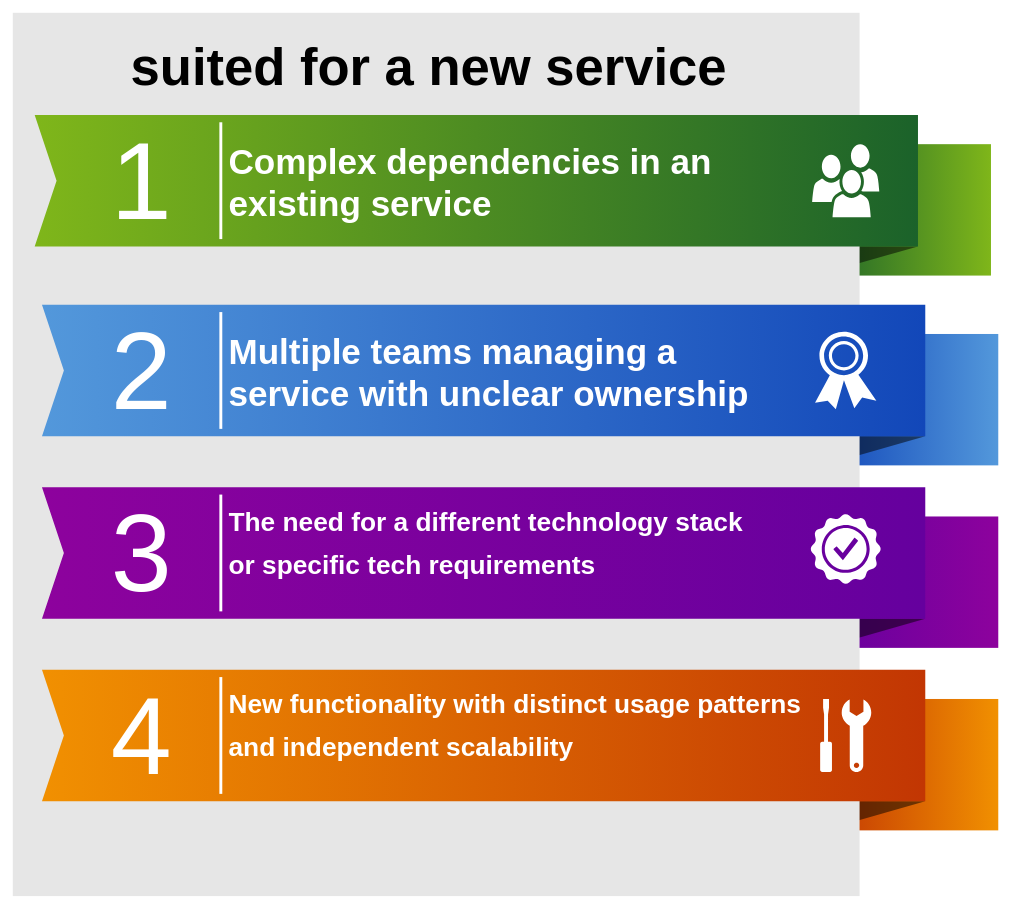
Before: Diagrams/MicroserviceDilemma-ExistingService.drawio in MajeQafouri/MyTechniecalArticlesDiagrams, a draw.io diagram. Source tidied: cells renumbered, new cells numbered last; positions are measured from the earlier drawing's top-left corner, leaving out a move shared by most shapes. Both pictures are drawn from the tidied source at 73%, with x=0, y=0 at pixel (12, 12).
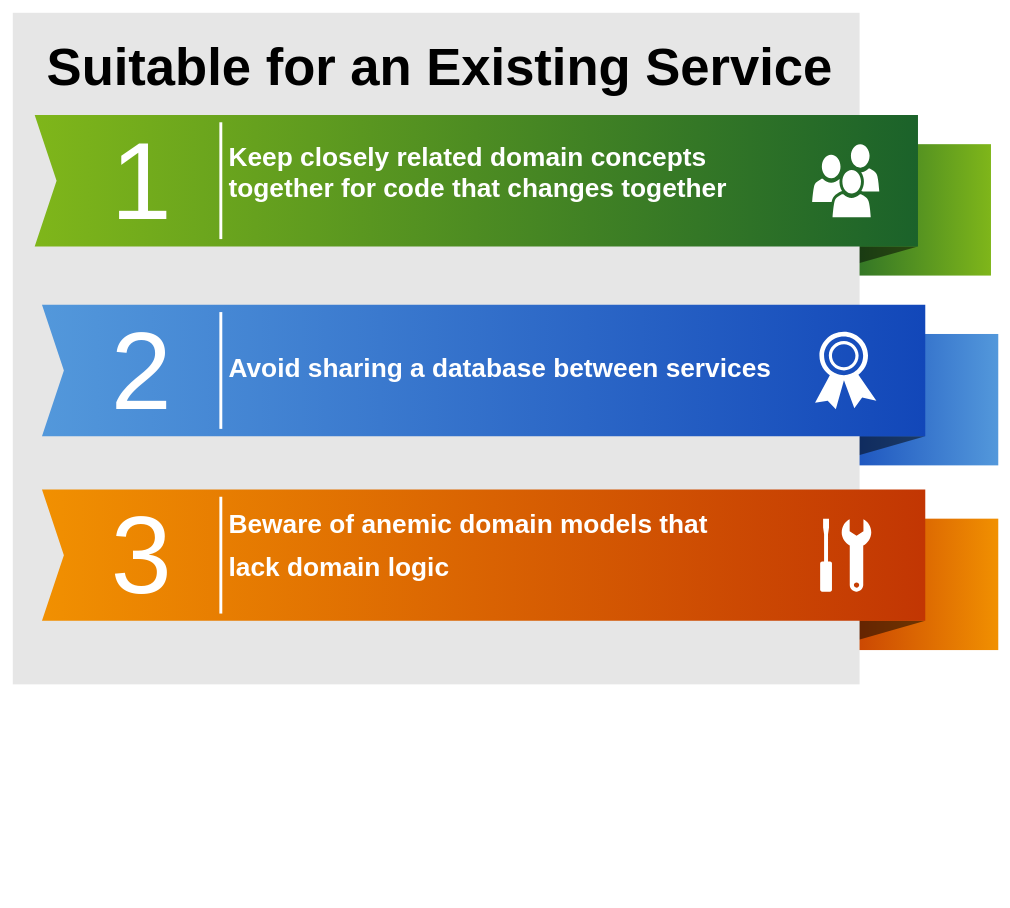
The same diagram, later.

Commit message:
MicroserviceDilemma-ExistingService2

What changed in the source:
```diff
@@
-    <mxCell id="6" style="whiteSpace=wrap;html=1;rounded=0;shadow=0;dashed=0;strokeWidth=1;fontFamily=Tahoma;fontSize=10;fontColor=#FFFFFF;strokeColor=none;fillColor=#8D029D;gradientColor=#65009E;gradientDirection=west;" parent="1" vertex="1">
-      <mxGeometry x="1110" y="690" width="240" height="180" as="geometry" />
-    </mxCell>
-    <mxCell id="7" style="verticalLabelPosition=bottom;verticalAlign=top;html=1;strokeWidth=1;shape=mxgraph.basic.orthogonal_triangle;rounded=0;shadow=0;dashed=0;fontFamily=Tahoma;fontSize=10;fontColor=#FFFFFF;flipV=1;fillColor=#000000;strokeColor=none;opacity=50;" parent="1" vertex="1">
-      <mxGeometry x="1110" y="830" width="140" height="40" as="geometry" />
-    </mxCell>
     <mxCell id="8" style="whiteSpace=wrap;html=1;rounded=0;shadow=0;dashed=0;strokeWidth=1;fontFamily=Tahoma;fontSize=10;fontColor=#FFFFFF;strokeColor=none;fillColor=#F19001;gradientColor=#C23603;gradientDirection=west;" parent="1" vertex="1">
-      <mxGeometry x="1110" y="940" width="240" height="180" as="geometry" />
+      <mxGeometry x="1110" y="693" width="240" height="180" as="geometry" />
     </mxCell>
     <mxCell id="9" style="verticalLabelPosition=bottom;verticalAlign=top;html=1;strokeWidth=1;shape=mxgraph.basic.orthogonal_triangle;rounded=0;shadow=0;dashed=0;fontFamily=Tahoma;fontSize=10;fontColor=#FFFFFF;flipV=1;fillColor=#000000;strokeColor=none;opacity=50;" parent="1" vertex="1">
-      <mxGeometry x="1110" y="1080" width="140" height="40" as="geometry" />
+      <mxGeometry x="1110" y="833" width="140" height="40" as="geometry" />
     </mxCell>
     <mxCell id="10" style="whiteSpace=wrap;html=1;rounded=0;shadow=0;dashed=0;strokeWidth=1;fillColor=#E6E6E6;fontFamily=Verdana;fontSize=70;strokeColor=none;verticalAlign=top;spacingTop=10;" parent="1" vertex="1">
-      <mxGeometry width="1160" height="1210" as="geometry" />
+      <mxGeometry width="1160" height="920" as="geometry" />
     </mxCell>
@@
-    <mxCell id="13" style="html=1;shadow=0;dashed=0;align=center;verticalAlign=middle;shape=mxgraph.arrows2.arrow;dy=0;dx=0;notch=30;rounded=0;strokeColor=none;strokeWidth=1;fillColor=#8D029D;fontFamily=Tahoma;fontSize=10;fontColor=#FFFFFF;gradientColor=#65009E;gradientDirection=east;" parent="1" vertex="1">
-      <mxGeometry x="40" y="650" width="1210" height="180" as="geometry" />
-    </mxCell>
     <mxCell id="14" style="html=1;shadow=0;dashed=0;align=center;verticalAlign=middle;shape=mxgraph.arrows2.arrow;dy=0;dx=0;notch=30;rounded=0;strokeColor=none;strokeWidth=1;fillColor=#F19001;fontFamily=Tahoma;fontSize=10;fontColor=#FFFFFF;gradientColor=#C23603;gradientDirection=east;" parent="1" vertex="1">
-      <mxGeometry x="40" y="900" width="1210" height="180" as="geometry" />
+      <mxGeometry x="40" y="653" width="1210" height="180" as="geometry" />
     </mxCell>
@@
-    <mxCell id="17" value="3" style="text;html=1;strokeColor=none;fillColor=none;align=right;verticalAlign=middle;whiteSpace=wrap;rounded=0;shadow=0;dashed=0;fontFamily=Helvetica;fontSize=150;fontColor=#FFFFFF;" parent="1" vertex="1">
-      <mxGeometry x="70" y="650" width="150" height="180" as="geometry" />
-    </mxCell>
-    <mxCell id="18" value="4" style="text;html=1;strokeColor=none;fillColor=none;align=right;verticalAlign=middle;whiteSpace=wrap;rounded=0;shadow=0;dashed=0;fontFamily=Helvetica;fontSize=150;fontColor=#FFFFFF;" parent="1" vertex="1">
-      <mxGeometry x="70" y="900" width="150" height="180" as="geometry" />
+    <mxCell id="18" value="3" style="text;html=1;strokeColor=none;fillColor=none;align=right;verticalAlign=middle;whiteSpace=wrap;rounded=0;shadow=0;dashed=0;fontFamily=Helvetica;fontSize=150;fontColor=#FFFFFF;" parent="1" vertex="1">
+      <mxGeometry x="70" y="653" width="150" height="180" as="geometry" />
     </mxCell>
@@
-    <mxCell id="21" style="line;strokeWidth=4;direction=south;html=1;rounded=0;shadow=0;dashed=0;fillColor=none;gradientColor=#AD0002;fontFamily=Helvetica;fontSize=150;fontColor=#FFFFFF;align=right;strokeColor=#FFFFFF;" parent="1" vertex="1">
-      <mxGeometry x="280" y="660" width="10" height="160" as="geometry" />
-    </mxCell>
     <mxCell id="22" style="line;strokeWidth=4;direction=south;html=1;rounded=0;shadow=0;dashed=0;fillColor=none;gradientColor=#AD0002;fontFamily=Helvetica;fontSize=150;fontColor=#FFFFFF;align=right;strokeColor=#FFFFFF;" parent="1" vertex="1">
-      <mxGeometry x="280" y="910" width="10" height="160" as="geometry" />
+      <mxGeometry x="280" y="663" width="10" height="160" as="geometry" />
     </mxCell>
-    <mxCell id="23" value="&lt;h1&gt;&lt;font style=&quot;font-size: 48px;&quot;&gt;Complex dependencies in an existing service&lt;/font&gt;&lt;br&gt;&lt;/h1&gt;" style="text;html=1;strokeColor=none;fillColor=none;spacing=5;spacingTop=-20;whiteSpace=wrap;overflow=hidden;rounded=0;shadow=0;dashed=0;fontFamily=Helvetica;fontSize=12;fontColor=#FFFFFF;align=left;" parent="1" vertex="1">
+    <mxCell id="23" value="&lt;h1&gt;&lt;div&gt;&lt;font style=&quot;font-size: 36px;&quot;&gt;Keep closely related domain concepts together for code that changes together&lt;/font&gt;&lt;br&gt;&lt;/div&gt;&lt;/h1&gt;" style="text;html=1;strokeColor=none;fillColor=none;spacing=5;spacingTop=-20;whiteSpace=wrap;overflow=hidden;rounded=0;shadow=0;dashed=0;fontFamily=Helvetica;fontSize=12;fontColor=#FFFFFF;align=left;" parent="1" vertex="1">
       <mxGeometry x="291" y="170" width="789" height="130" as="geometry" />
     </mxCell>
-    <mxCell id="24" value="&lt;h1&gt;&lt;font style=&quot;font-size: 48px;&quot;&gt;Multiple teams managing a service with unclear ownership&lt;/font&gt;&lt;br&gt;&lt;/h1&gt;" style="text;html=1;strokeColor=none;fillColor=none;spacing=5;spacingTop=-20;whiteSpace=wrap;overflow=hidden;rounded=0;shadow=0;dashed=0;fontFamily=Helvetica;fontSize=12;fontColor=#FFFFFF;align=left;" parent="1" vertex="1">
-      <mxGeometry x="291" y="430" width="799" height="130" as="geometry" />
+    <mxCell id="24" value="&lt;h1&gt;&lt;font style=&quot;font-size: 36px;&quot;&gt;Avoid sharing a database between services&amp;nbsp;&lt;/font&gt;&lt;/h1&gt;" style="text;html=1;strokeColor=none;fillColor=none;spacing=5;spacingTop=-20;whiteSpace=wrap;overflow=hidden;rounded=0;shadow=0;dashed=0;fontFamily=Helvetica;fontSize=12;fontColor=#FFFFFF;align=left;" parent="1" vertex="1">
+      <mxGeometry x="291" y="460" width="799" height="100" as="geometry" />
     </mxCell>
-    <mxCell id="25" value="&lt;h1&gt;&lt;font style=&quot;font-size: 36px;&quot;&gt;The need for a different technology stack&amp;nbsp;&lt;/font&gt;&lt;/h1&gt;&lt;h1&gt;&lt;font style=&quot;font-size: 36px;&quot;&gt;or specific tech requirements&lt;/font&gt;&lt;br&gt;&lt;/h1&gt;" style="text;html=1;strokeColor=none;fillColor=none;spacing=5;spacingTop=-20;whiteSpace=wrap;overflow=hidden;rounded=0;shadow=0;dashed=0;fontFamily=Helvetica;fontSize=12;fontColor=#FFFFFF;align=left;" parent="1" vertex="1">
-      <mxGeometry x="291" y="670" width="799" height="140" as="geometry" />
-    </mxCell>
-    <mxCell id="26" value="&lt;h1&gt;&lt;font style=&quot;font-size: 36px;&quot;&gt;New functionality with distinct usage patterns&amp;nbsp;&lt;/font&gt;&lt;/h1&gt;&lt;h1&gt;&lt;font style=&quot;font-size: 36px;&quot;&gt;and independent scalability&lt;/font&gt;&lt;br&gt;&lt;/h1&gt;" style="text;html=1;strokeColor=none;fillColor=none;spacing=5;spacingTop=-20;whiteSpace=wrap;overflow=hidden;rounded=0;shadow=0;dashed=0;fontFamily=Helvetica;fontSize=12;fontColor=#FFFFFF;align=left;" parent="1" vertex="1">
-      <mxGeometry x="291" y="920" width="809" height="140" as="geometry" />
+    <mxCell id="26" value="&lt;h1 style=&quot;border-color: var(--border-color);&quot;&gt;&lt;font style=&quot;border-color: var(--border-color); font-size: 36px;&quot;&gt;Beware of anemic domain models that&amp;nbsp;&lt;/font&gt;&lt;/h1&gt;&lt;h1 style=&quot;border-color: var(--border-color);&quot;&gt;&lt;font style=&quot;border-color: var(--border-color); font-size: 36px;&quot;&gt;lack domain logic&lt;/font&gt;&lt;/h1&gt;" style="text;html=1;strokeColor=none;fillColor=none;spacing=5;spacingTop=-20;whiteSpace=wrap;overflow=hidden;rounded=0;shadow=0;dashed=0;fontFamily=Helvetica;fontSize=12;fontColor=#FFFFFF;align=left;" parent="1" vertex="1">
+      <mxGeometry x="291" y="673" width="809" height="140" as="geometry" />
     </mxCell>
@@
-    <mxCell id="29" style="shadow=0;dashed=0;html=1;strokeColor=none;fillColor=#FFFFFF;labelPosition=center;verticalLabelPosition=bottom;verticalAlign=top;shape=mxgraph.office.concepts.best_practices;rounded=0;fontFamily=Helvetica;fontSize=12;fontColor=#FFFFFF;align=left;" parent="1" vertex="1">
-      <mxGeometry x="1092.5" y="686" width="97" height="97" as="geometry" />
-    </mxCell>
     <mxCell id="30" style="shadow=0;dashed=0;html=1;strokeColor=none;fillColor=#FFFFFF;labelPosition=center;verticalLabelPosition=bottom;verticalAlign=top;shape=mxgraph.office.concepts.maintenance;rounded=0;fontFamily=Helvetica;fontSize=12;fontColor=#FFFFFF;align=left;" parent="1" vertex="1">
-      <mxGeometry x="1106" y="940" width="70" height="100" as="geometry" />
+      <mxGeometry x="1106" y="693" width="70" height="100" as="geometry" />
     </mxCell>
-    <mxCell id="31" value="&lt;p class=&quot;graf graf--p&quot;&gt;&lt;strong class=&quot;markup--strong markup--p-strong&quot;&gt;&lt;font style=&quot;font-size: 72px;&quot;&gt;suited for a new service&lt;/font&gt;&lt;/strong&gt;&lt;/p&gt;" style="text;html=1;strokeColor=none;fillColor=none;align=center;verticalAlign=middle;whiteSpace=wrap;rounded=0;" parent="1" vertex="1">
-      <mxGeometry x="80" y="40" width="980" height="70" as="geometry" />
+    <mxCell id="31" value="&lt;p class=&quot;graf graf--p&quot;&gt;&lt;strong class=&quot;markup--strong markup--p-strong&quot;&gt;&lt;font style=&quot;font-size: 72px;&quot;&gt;Suitable for an Existing Service&lt;/font&gt;&lt;/strong&gt;&lt;/p&gt;" style="text;html=1;strokeColor=none;fillColor=none;align=center;verticalAlign=middle;whiteSpace=wrap;rounded=0;" parent="1" vertex="1">
+      <mxGeometry x="35" y="40" width="1100" height="70" as="geometry" />
     </mxCell>
```
